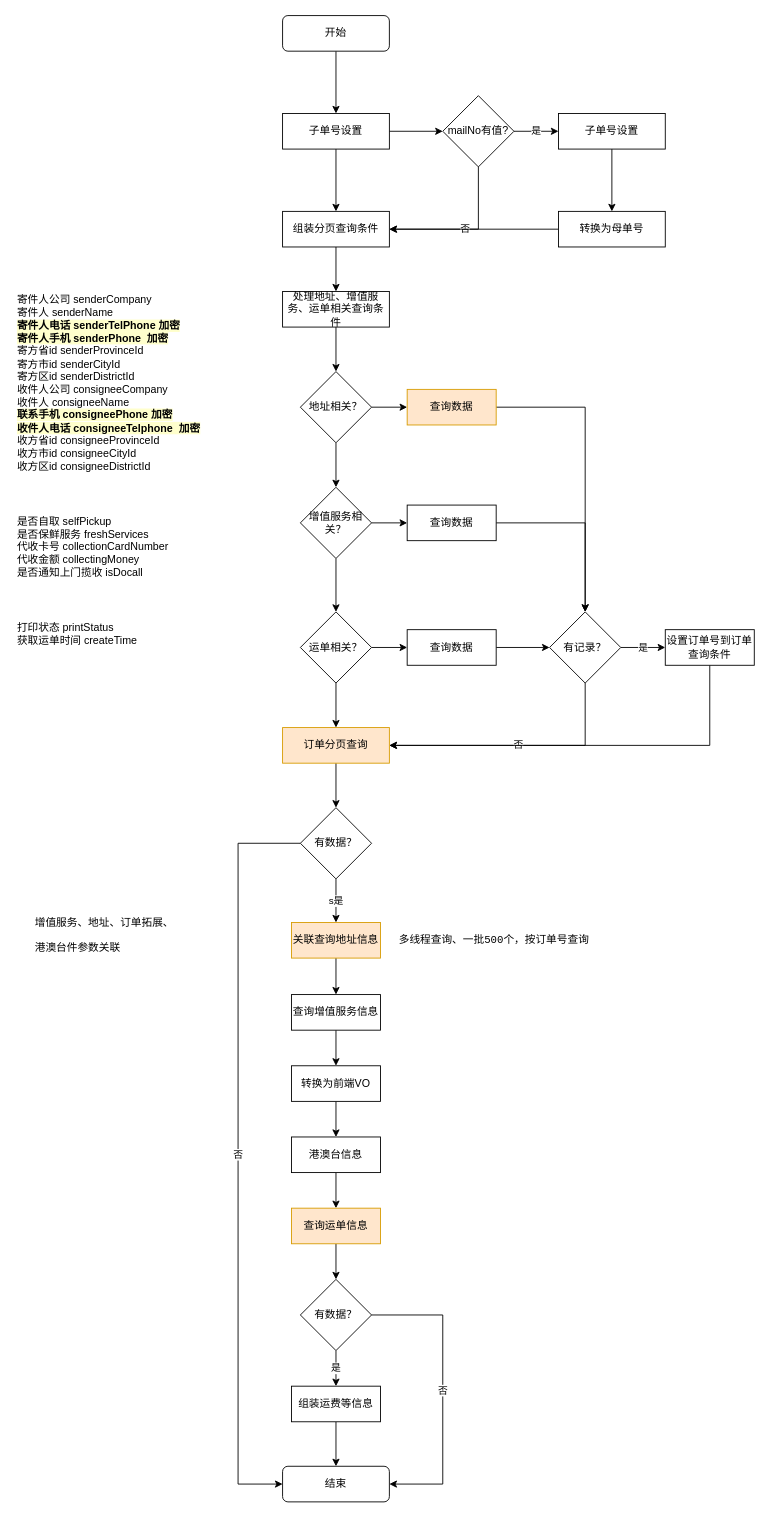
Earlier version of the draw.io diagram 列表优化.drawio (vvhard/draw_io). Source tidied: cells renumbered, new cells numbered last; positions are measured from the earlier drawing's top-left corner, leaving out a move shared by most shapes. Both pictures are drawn from the tidied source at 89%, with x=0, y=0 at pixel (15, 15).
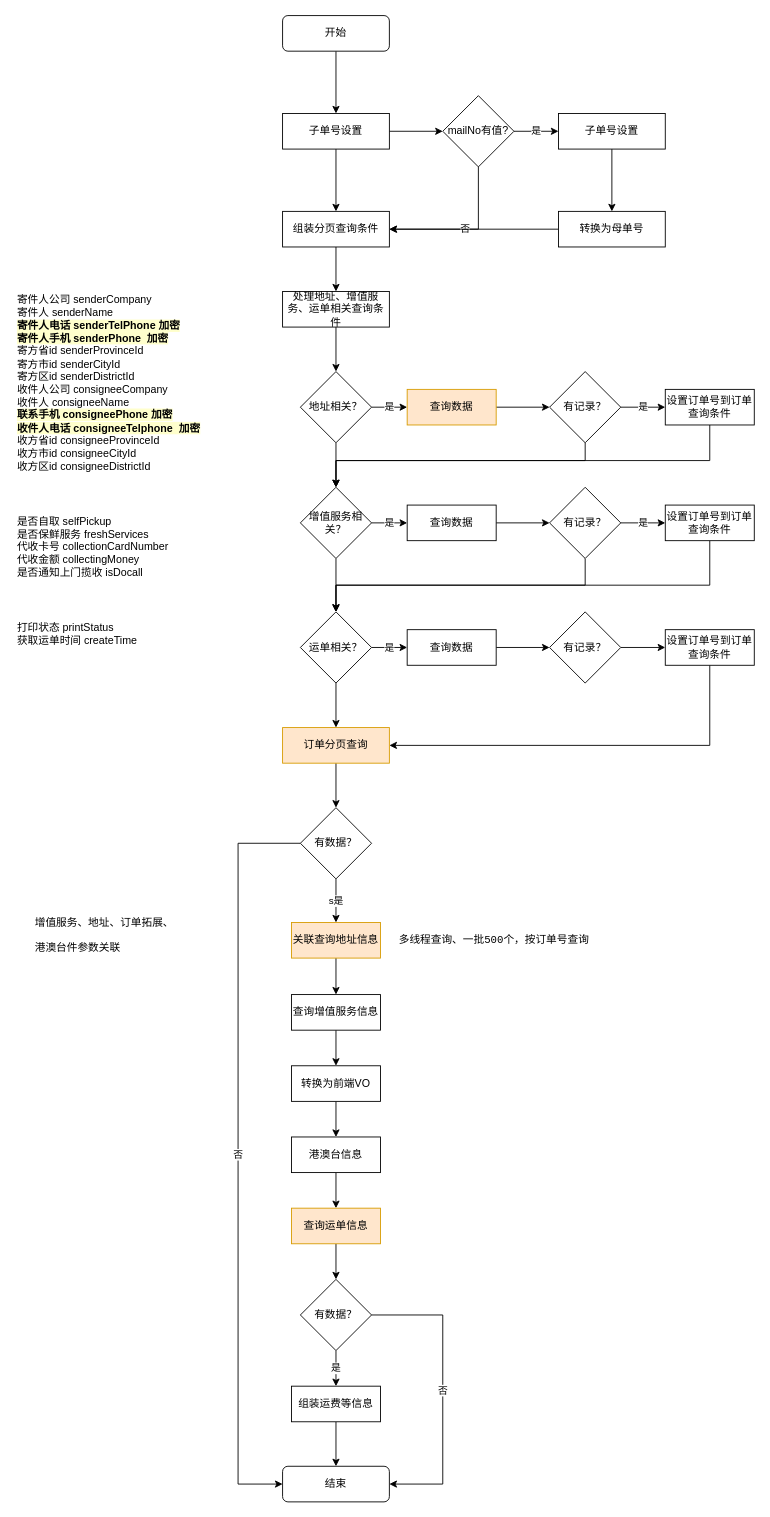
The same diagram, later.

Commit message (it also covers changes not shown here):
更新列表优化.drawio

Unchanged cells that the change refers to:
```xml
<mxCell id="17" value="订单分页查询" style="rounded=0;whiteSpace=wrap;html=1;fillColor=#ffe6cc;strokeColor=#d79b00;" parent="1" vertex="1">
  <mxGeometry x="300" y="800" width="120" height="40" as="geometry" />
</mxCell>
<mxCell id="20" value="地址相关？" style="rhombus;whiteSpace=wrap;html=1;" parent="1" vertex="1">
  <mxGeometry x="320" y="400" width="80" height="80" as="geometry" />
</mxCell>
<mxCell id="23" value="增值服务相关？" style="rhombus;whiteSpace=wrap;html=1;" parent="1" vertex="1">
  <mxGeometry x="320" y="530" width="80" height="80" as="geometry" />
</mxCell>
<mxCell id="26" value="运单相关？" style="rhombus;whiteSpace=wrap;html=1;" parent="1" vertex="1">
  <mxGeometry x="320" y="670" width="80" height="80" as="geometry" />
</mxCell>
<mxCell id="33" value="查询数据" style="rounded=0;whiteSpace=wrap;html=1;fillColor=#ffe6cc;strokeColor=#d79b00;" parent="1" vertex="1">
  <mxGeometry x="440" y="420" width="100" height="40" as="geometry" />
</mxCell>
<mxCell id="38" value="查询数据" style="rounded=0;whiteSpace=wrap;html=1;" parent="1" vertex="1">
  <mxGeometry x="440" y="550" width="100" height="40" as="geometry" />
</mxCell>
<mxCell id="40" value="查询数据" style="rounded=0;whiteSpace=wrap;html=1;" parent="1" vertex="1">
  <mxGeometry x="440" y="690" width="100" height="40" as="geometry" />
</mxCell>
<mxCell id="42" value="设置订单号到订单查询条件" style="rounded=0;whiteSpace=wrap;html=1;" parent="1" vertex="1">
  <mxGeometry x="730" y="690" width="100" height="40" as="geometry" />
</mxCell>
```

The edit, as a diff of the source:
```diff
@@
-    <mxCell id="19" style="edgeStyle=orthogonalEdgeStyle;rounded=0;jettySize=auto;html=1;entryX=0;entryY=0.5;entryDx=0;entryDy=0;" parent="1" edge="1" source="20" target="33">
+    <mxCell id="19" value="是" style="edgeStyle=orthogonalEdgeStyle;rounded=0;jettySize=auto;html=1;entryX=0;entryY=0.5;entryDx=0;entryDy=0;" parent="1" edge="1" source="20" target="33">
       <mxGeometry relative="1" as="geometry" />
     </mxCell>
@@
-    <mxCell id="22" style="edgeStyle=orthogonalEdgeStyle;rounded=0;jettySize=auto;html=1;" parent="1" edge="1" source="23" target="38">
+    <mxCell id="22" value="是" style="edgeStyle=orthogonalEdgeStyle;rounded=0;jettySize=auto;html=1;" parent="1" edge="1" source="23" target="38">
       <mxGeometry relative="1" as="geometry" />
     </mxCell>
@@
-    <mxCell id="25" style="edgeStyle=orthogonalEdgeStyle;rounded=0;jettySize=auto;html=1;" parent="1" edge="1" source="26" target="40">
+    <mxCell id="25" value="是" style="edgeStyle=orthogonalEdgeStyle;rounded=0;jettySize=auto;html=1;" parent="1" edge="1" source="26" target="40">
       <mxGeometry relative="1" as="geometry" />
     </mxCell>
@@
-    <mxCell id="32" style="edgeStyle=orthogonalEdgeStyle;rounded=0;jettySize=auto;html=1;entryX=0.5;entryY=0;entryDx=0;entryDy=0;" parent="1" edge="1" source="33" target="36">
+    <mxCell id="32" style="edgeStyle=orthogonalEdgeStyle;rounded=0;jettySize=auto;html=1;entryX=0;entryY=0.5;entryDx=0;entryDy=0;" parent="1" edge="1" source="33" target="36">
       <mxGeometry relative="1" as="geometry" />
     </mxCell>
@@
-    <mxCell id="34" value="是" style="edgeStyle=orthogonalEdgeStyle;rounded=0;jettySize=auto;html=1;entryX=0;entryY=0.5;entryDx=0;entryDy=0;" parent="1" edge="1" source="36" target="42">
+    <mxCell id="34" value="是" style="edgeStyle=orthogonalEdgeStyle;rounded=0;jettySize=auto;html=1;entryX=0;entryY=0.5;entryDx=0;entryDy=0;" parent="1" edge="1" source="36" target="70">
       <mxGeometry relative="1" as="geometry" />
     </mxCell>
-    <mxCell id="35" value="否" style="edgeStyle=orthogonalEdgeStyle;rounded=0;jettySize=auto;html=1;entryX=1;entryY=0.5;entryDx=0;entryDy=0;exitX=0.5;exitY=1;exitDx=0;exitDy=0;" parent="1" edge="1" source="36" target="17">
-      <mxGeometry relative="1" as="geometry" />
-    </mxCell>
+    <mxCell id="64" style="edgeStyle=orthogonalEdgeStyle;rounded=0;jettySize=auto;html=1;entryX=0.5;entryY=0;entryDx=0;entryDy=0;" parent="1" edge="1" source="36" target="23">
+      <mxGeometry relative="1" as="geometry">
+        <Array as="points">
+          <mxPoint x="640" y="500" />
+          <mxPoint x="360" y="500" />
+        </Array>
+      </mxGeometry>
+    </mxCell>
     <mxCell id="36" value="有记录？" style="rhombus;whiteSpace=wrap;html=1;" parent="1" vertex="1">
-      <mxGeometry x="600" y="670" width="80" height="80" as="geometry" />
+      <mxGeometry x="600" y="400" width="80" height="80" as="geometry" />
     </mxCell>
-    <mxCell id="37" style="edgeStyle=orthogonalEdgeStyle;rounded=0;jettySize=auto;html=1;entryX=0.5;entryY=0;entryDx=0;entryDy=0;" parent="1" edge="1" source="38" target="36">
-      <mxGeometry relative="1" as="geometry" />
-    </mxCell>
+    <mxCell id="65" style="edgeStyle=orthogonalEdgeStyle;rounded=0;jettySize=auto;html=1;entryX=0;entryY=0.5;entryDx=0;entryDy=0;" parent="1" edge="1" source="38" target="73">
+      <mxGeometry relative="1" as="geometry" />
+    </mxCell>
@@
-    <mxCell id="39" style="edgeStyle=orthogonalEdgeStyle;rounded=0;jettySize=auto;html=1;entryX=0;entryY=0.5;entryDx=0;entryDy=0;" parent="1" edge="1" source="40" target="36">
-      <mxGeometry relative="1" as="geometry" />
-    </mxCell>
+    <mxCell id="66" style="edgeStyle=orthogonalEdgeStyle;rounded=0;jettySize=auto;html=1;" parent="1" edge="1" source="40" target="75">
+      <mxGeometry relative="1" as="geometry" />
+    </mxCell>
@@
+    <mxCell id="67" style="edgeStyle=orthogonalEdgeStyle;rounded=0;jettySize=auto;html=1;entryX=0.5;entryY=0;entryDx=0;entryDy=0;" parent="1" edge="1" source="68" target="26">
+      <mxGeometry relative="1" as="geometry">
+        <Array as="points">
+          <mxPoint x="780" y="640" />
+          <mxPoint x="360" y="640" />
+        </Array>
+      </mxGeometry>
+    </mxCell>
+    <mxCell id="68" value="设置订单号到订单查询条件" style="rounded=0;whiteSpace=wrap;html=1;" parent="1" vertex="1">
+      <mxGeometry x="730" y="550" width="100" height="40" as="geometry" />
+    </mxCell>
+    <mxCell id="69" style="edgeStyle=orthogonalEdgeStyle;rounded=0;jettySize=auto;html=1;entryX=0.5;entryY=0;entryDx=0;entryDy=0;exitX=0.5;exitY=1;exitDx=0;exitDy=0;" parent="1" edge="1" source="70" target="23">
+      <mxGeometry relative="1" as="geometry">
+        <Array as="points">
+          <mxPoint x="780" y="500" />
+          <mxPoint x="360" y="500" />
+        </Array>
+      </mxGeometry>
+    </mxCell>
+    <mxCell id="70" value="设置订单号到订单查询条件" style="rounded=0;whiteSpace=wrap;html=1;" parent="1" vertex="1">
+      <mxGeometry x="730" y="420" width="100" height="40" as="geometry" />
+    </mxCell>
+    <mxCell id="71" value="是" style="edgeStyle=orthogonalEdgeStyle;rounded=0;jettySize=auto;html=1;" parent="1" edge="1" source="73" target="68">
+      <mxGeometry relative="1" as="geometry" />
+    </mxCell>
+    <mxCell id="72" style="edgeStyle=orthogonalEdgeStyle;rounded=0;jettySize=auto;html=1;entryX=0.5;entryY=0;entryDx=0;entryDy=0;" parent="1" edge="1" source="73" target="26">
+      <mxGeometry relative="1" as="geometry">
+        <Array as="points">
+          <mxPoint x="640" y="640" />
+          <mxPoint x="360" y="640" />
+        </Array>
+      </mxGeometry>
+    </mxCell>
+    <mxCell id="73" value="有记录？" style="rhombus;whiteSpace=wrap;html=1;" parent="1" vertex="1">
+      <mxGeometry x="600" y="530" width="80" height="80" as="geometry" />
+    </mxCell>
+    <mxCell id="74" style="edgeStyle=orthogonalEdgeStyle;rounded=0;jettySize=auto;html=1;entryX=0;entryY=0.5;entryDx=0;entryDy=0;" parent="1" edge="1" source="75" target="42">
+      <mxGeometry relative="1" as="geometry" />
+    </mxCell>
+    <mxCell id="75" value="有记录？" style="rhombus;whiteSpace=wrap;html=1;" parent="1" vertex="1">
+      <mxGeometry x="600" y="670" width="80" height="80" as="geometry" />
+    </mxCell>
```
